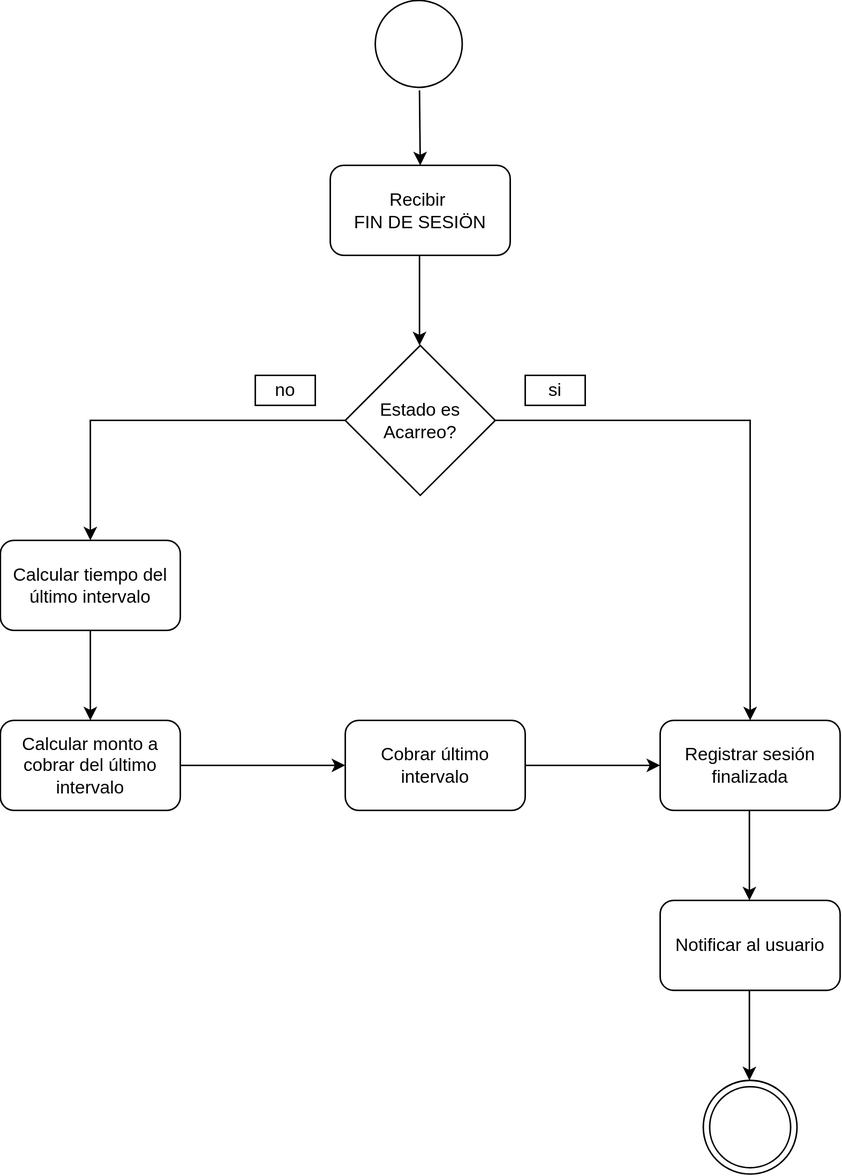
This is docs/diagramas/exports/DG-009 – Flujo de Finalización de Sesión.drawio.svg from moriego71/sistema-estacionamiento-medido, a draw.io export, as it was before one commit. Source tidied: cells renumbered, new cells last; positions are measured from the earlier drawing's top-left corner, leaving out a move shared by most shapes. The source it was exported from:
```xml
<mxGraphModel>
  <root>
    <mxCell id="0" />
    <mxCell id="1" parent="0" />
    <mxCell id="2" style="ellipse;whiteSpace=wrap;html=1;" parent="1" vertex="1">
      <mxGeometry x="250" width="58" height="58" as="geometry" />
    </mxCell>
    <mxCell id="3" value="Recibir&amp;nbsp;&lt;div&gt;FIN DE SESIÖN&lt;/div&gt;" style="rounded=1;whiteSpace=wrap;html=1;" parent="1" vertex="1">
      <mxGeometry x="220" y="110" width="120" height="60" as="geometry" />
    </mxCell>
    <mxCell id="4" value="&lt;div&gt;&lt;br&gt;&lt;/div&gt;Calcular tiempo del&lt;div&gt;último intervalo&lt;div&gt;&lt;br&gt;&lt;/div&gt;&lt;/div&gt;" style="rounded=1;whiteSpace=wrap;html=1;" parent="1" vertex="1">
      <mxGeometry y="360" width="120" height="60" as="geometry" />
    </mxCell>
    <mxCell id="5" value="Calcular monto a cobrar del último intervalo" style="rounded=1;whiteSpace=wrap;html=1;" parent="1" vertex="1">
      <mxGeometry y="480" width="120" height="60" as="geometry" />
    </mxCell>
    <mxCell id="6" value="Cobrar último intervalo" style="rounded=1;whiteSpace=wrap;html=1;" parent="1" vertex="1">
      <mxGeometry x="230" y="480" width="120" height="60" as="geometry" />
    </mxCell>
    <mxCell id="7" value="Estado es Acarreo?" style="rhombus;whiteSpace=wrap;html=1;" parent="1" vertex="1">
      <mxGeometry x="230" y="230" width="100" height="100" as="geometry" />
    </mxCell>
    <mxCell id="8" style="endArrow=classic;html=1;rounded=0;exitX=0;exitY=0.5;exitDx=0;exitDy=0;entryX=0.5;entryY=0;entryDx=0;entryDy=0;edgeStyle=orthogonalEdgeStyle;" parent="1" edge="1" source="7" target="4">
      <mxGeometry relative="1" as="geometry" />
    </mxCell>
    <mxCell id="9" value="no" style="shape=note;whiteSpace=wrap;html=1;backgroundOutline=1;darkOpacity=0.05;size=0;" parent="1" vertex="1">
      <mxGeometry x="170" y="250" width="40" height="20" as="geometry" />
    </mxCell>
    <mxCell id="10" style="endArrow=classic;html=1;rounded=0;exitX=0.5;exitY=1;exitDx=0;exitDy=0;entryX=0.5;entryY=0;entryDx=0;entryDy=0;" parent="1" edge="1" source="4" target="5">
      <mxGeometry relative="1" as="geometry" />
    </mxCell>
    <mxCell id="11" style="endArrow=classic;html=1;rounded=0;exitX=1;exitY=0.5;exitDx=0;exitDy=0;entryX=0;entryY=0.5;entryDx=0;entryDy=0;" parent="1" edge="1" source="5" target="6">
      <mxGeometry relative="1" as="geometry" />
    </mxCell>
    <mxCell id="12" style="endArrow=classic;html=1;rounded=0;exitX=0.5;exitY=1;exitDx=0;exitDy=0;entryX=0.5;entryY=0;entryDx=0;entryDy=0;" parent="1" edge="1">
      <mxGeometry relative="1" as="geometry">
        <mxPoint x="279.5" y="170" as="sourcePoint" />
        <mxPoint x="279.5" y="230" as="targetPoint" />
      </mxGeometry>
    </mxCell>
    <mxCell id="13" style="endArrow=classic;html=1;rounded=0;exitX=0.5;exitY=1;exitDx=0;exitDy=0;" parent="1" edge="1">
      <mxGeometry relative="1" as="geometry">
        <mxPoint x="279.5" y="60" as="sourcePoint" />
        <mxPoint x="280" y="110" as="targetPoint" />
      </mxGeometry>
    </mxCell>
    <mxCell id="14" value="Registrar sesión finalizada" style="rounded=1;whiteSpace=wrap;html=1;" parent="1" vertex="1">
      <mxGeometry x="440" y="480" width="120" height="60" as="geometry" />
    </mxCell>
    <mxCell id="15" style="endArrow=classic;html=1;rounded=0;exitX=1;exitY=0.5;exitDx=0;exitDy=0;entryX=0;entryY=0.5;entryDx=0;entryDy=0;" parent="1" edge="1" source="6" target="14">
      <mxGeometry relative="1" as="geometry" />
    </mxCell>
    <mxCell id="16" value="Notificar al usuario" style="rounded=1;whiteSpace=wrap;html=1;" parent="1" vertex="1">
      <mxGeometry x="440" y="600" width="120" height="60" as="geometry" />
    </mxCell>
    <mxCell id="17" style="endArrow=classic;html=1;rounded=0;exitX=0.5;exitY=1;exitDx=0;exitDy=0;entryX=0.5;entryY=0;entryDx=0;entryDy=0;" parent="1" edge="1">
      <mxGeometry relative="1" as="geometry">
        <mxPoint x="499.5" y="540" as="sourcePoint" />
        <mxPoint x="499.5" y="600" as="targetPoint" />
      </mxGeometry>
    </mxCell>
    <mxCell id="18" style="endArrow=classic;html=1;rounded=0;exitX=0;exitY=0.5;exitDx=0;exitDy=0;edgeStyle=orthogonalEdgeStyle;" parent="1" edge="1" target="14">
      <mxGeometry relative="1" as="geometry">
        <mxPoint x="330" y="280" as="sourcePoint" />
        <Array as="points">
          <mxPoint x="500" y="280" />
        </Array>
      </mxGeometry>
    </mxCell>
    <mxCell id="19" style="ellipse;whiteSpace=wrap;html=1;" parent="1" vertex="1">
      <mxGeometry x="468.8" y="720" width="62.5" height="62.5" as="geometry" />
    </mxCell>
    <mxCell id="20" style="ellipse;whiteSpace=wrap;html=1;" parent="1" vertex="1">
      <mxGeometry x="473" y="724.2" width="54" height="54" as="geometry" />
    </mxCell>
    <mxCell id="21" style="endArrow=classic;html=1;rounded=0;exitX=0.5;exitY=1;exitDx=0;exitDy=0;entryX=0.5;entryY=0;entryDx=0;entryDy=0;" parent="1" edge="1">
      <mxGeometry relative="1" as="geometry">
        <mxPoint x="499.5" y="660" as="sourcePoint" />
        <mxPoint x="499.5" y="720" as="targetPoint" />
      </mxGeometry>
    </mxCell>
    <mxCell id="22" value="si" style="shape=note;whiteSpace=wrap;html=1;backgroundOutline=1;darkOpacity=0.05;size=0;" parent="1" vertex="1">
      <mxGeometry x="350" y="250" width="40" height="20" as="geometry" />
    </mxCell>
  </root>
</mxGraphModel>
```
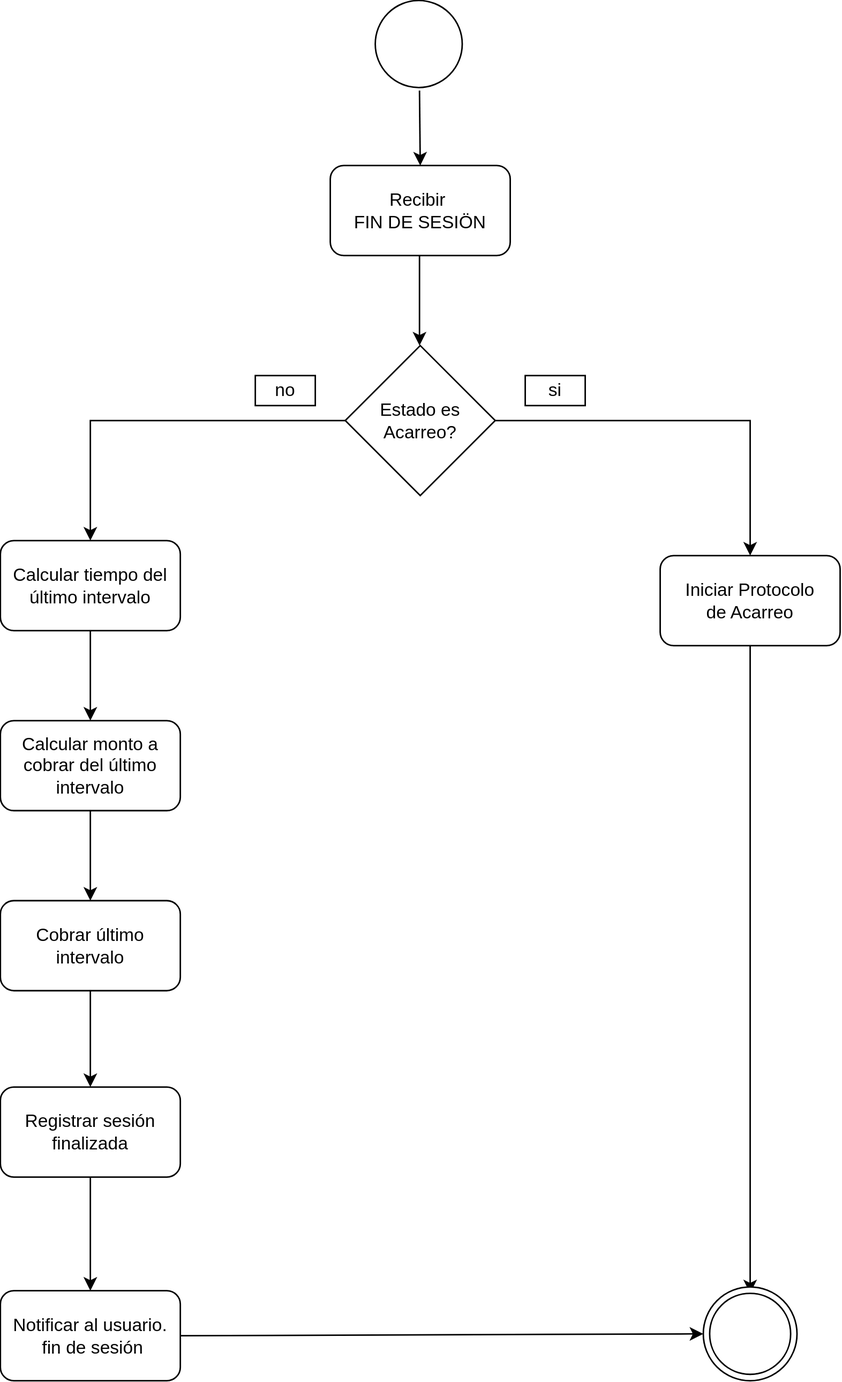
The same file after the commit.

The edit, as a diff of the source:
```diff
@@ -15,7 +15,7 @@
       <mxGeometry y="480" width="120" height="60" as="geometry" />
     </mxCell>
     <mxCell id="6" value="Cobrar último intervalo" style="rounded=1;whiteSpace=wrap;html=1;" parent="1" vertex="1">
-      <mxGeometry x="230" y="480" width="120" height="60" as="geometry" />
+      <mxGeometry y="600" width="120" height="60" as="geometry" />
     </mxCell>
     <mxCell id="7" value="Estado es Acarreo?" style="rhombus;whiteSpace=wrap;html=1;" parent="1" vertex="1">
       <mxGeometry x="230" y="230" width="100" height="100" as="geometry" />
@@ -29,7 +29,7 @@
     <mxCell id="10" style="endArrow=classic;html=1;rounded=0;exitX=0.5;exitY=1;exitDx=0;exitDy=0;entryX=0.5;entryY=0;entryDx=0;entryDy=0;" parent="1" edge="1" source="4" target="5">
       <mxGeometry relative="1" as="geometry" />
     </mxCell>
-    <mxCell id="11" style="endArrow=classic;html=1;rounded=0;exitX=1;exitY=0.5;exitDx=0;exitDy=0;entryX=0;entryY=0.5;entryDx=0;entryDy=0;" parent="1" edge="1" source="5" target="6">
+    <mxCell id="11" style="endArrow=classic;html=1;rounded=0;exitX=0.5;exitY=1;exitDx=0;exitDy=0;entryX=0.5;entryY=0;entryDx=0;entryDy=0;" parent="1" edge="1" source="5" target="6">
       <mxGeometry relative="1" as="geometry" />
     </mxCell>
     <mxCell id="12" style="endArrow=classic;html=1;rounded=0;exitX=0.5;exitY=1;exitDx=0;exitDy=0;entryX=0.5;entryY=0;entryDx=0;entryDy=0;" parent="1" edge="1">
@@ -45,21 +45,18 @@
       </mxGeometry>
     </mxCell>
     <mxCell id="14" value="Registrar sesión finalizada" style="rounded=1;whiteSpace=wrap;html=1;" parent="1" vertex="1">
-      <mxGeometry x="440" y="480" width="120" height="60" as="geometry" />
+      <mxGeometry y="724.2" width="120" height="60" as="geometry" />
     </mxCell>
-    <mxCell id="15" style="endArrow=classic;html=1;rounded=0;exitX=1;exitY=0.5;exitDx=0;exitDy=0;entryX=0;entryY=0.5;entryDx=0;entryDy=0;" parent="1" edge="1" source="6" target="14">
+    <mxCell id="15" style="endArrow=classic;html=1;rounded=0;exitX=0.5;exitY=1;exitDx=0;exitDy=0;entryX=0.5;entryY=0;entryDx=0;entryDy=0;" parent="1" edge="1" source="6" target="14">
       <mxGeometry relative="1" as="geometry" />
     </mxCell>
-    <mxCell id="16" value="Notificar al usuario" style="rounded=1;whiteSpace=wrap;html=1;" parent="1" vertex="1">
-      <mxGeometry x="440" y="600" width="120" height="60" as="geometry" />
+    <mxCell id="16" value="Notificar al usuario.&lt;div&gt;&amp;nbsp;fin de sesión&lt;/div&gt;" style="rounded=1;whiteSpace=wrap;html=1;" parent="1" vertex="1">
+      <mxGeometry y="860" width="120" height="60" as="geometry" />
     </mxCell>
-    <mxCell id="17" style="endArrow=classic;html=1;rounded=0;exitX=0.5;exitY=1;exitDx=0;exitDy=0;entryX=0.5;entryY=0;entryDx=0;entryDy=0;" parent="1" edge="1">
-      <mxGeometry relative="1" as="geometry">
-        <mxPoint x="499.5" y="540" as="sourcePoint" />
-        <mxPoint x="499.5" y="600" as="targetPoint" />
-      </mxGeometry>
+    <mxCell id="17" style="endArrow=classic;html=1;rounded=0;exitX=0.5;exitY=1;exitDx=0;exitDy=0;entryX=0.5;entryY=0;entryDx=0;entryDy=0;" parent="1" edge="1" source="23" target="20">
+      <mxGeometry relative="1" as="geometry" />
     </mxCell>
-    <mxCell id="18" style="endArrow=classic;html=1;rounded=0;exitX=0;exitY=0.5;exitDx=0;exitDy=0;edgeStyle=orthogonalEdgeStyle;" parent="1" edge="1" target="14">
+    <mxCell id="18" style="endArrow=classic;html=1;rounded=0;exitX=0;exitY=0.5;exitDx=0;exitDy=0;edgeStyle=orthogonalEdgeStyle;entryX=0.5;entryY=0;entryDx=0;entryDy=0;" parent="1" edge="1" target="23">
       <mxGeometry relative="1" as="geometry">
         <mxPoint x="330" y="280" as="sourcePoint" />
         <Array as="points">
@@ -68,19 +65,22 @@
       </mxGeometry>
     </mxCell>
     <mxCell id="19" style="ellipse;whiteSpace=wrap;html=1;" parent="1" vertex="1">
-      <mxGeometry x="468.8" y="720" width="62.5" height="62.5" as="geometry" />
+      <mxGeometry x="468.8" y="857.5" width="62.5" height="62.5" as="geometry" />
     </mxCell>
     <mxCell id="20" style="ellipse;whiteSpace=wrap;html=1;" parent="1" vertex="1">
-      <mxGeometry x="473" y="724.2" width="54" height="54" as="geometry" />
+      <mxGeometry x="473" y="861.8" width="54" height="54" as="geometry" />
     </mxCell>
-    <mxCell id="21" style="endArrow=classic;html=1;rounded=0;exitX=0.5;exitY=1;exitDx=0;exitDy=0;entryX=0.5;entryY=0;entryDx=0;entryDy=0;" parent="1" edge="1">
-      <mxGeometry relative="1" as="geometry">
-        <mxPoint x="499.5" y="660" as="sourcePoint" />
-        <mxPoint x="499.5" y="720" as="targetPoint" />
-      </mxGeometry>
+    <mxCell id="21" style="endArrow=classic;html=1;rounded=0;exitX=1;exitY=0.5;exitDx=0;exitDy=0;entryX=0;entryY=0.5;entryDx=0;entryDy=0;" parent="1" edge="1" source="16" target="19">
+      <mxGeometry relative="1" as="geometry" />
     </mxCell>
     <mxCell id="22" value="si" style="shape=note;whiteSpace=wrap;html=1;backgroundOutline=1;darkOpacity=0.05;size=0;" parent="1" vertex="1">
       <mxGeometry x="350" y="250" width="40" height="20" as="geometry" />
     </mxCell>
+    <mxCell id="23" value="Iniciar Protocolo&lt;div&gt;de Acarreo&lt;/div&gt;" style="rounded=1;whiteSpace=wrap;html=1;" parent="1" vertex="1">
+      <mxGeometry x="440" y="370" width="120" height="60" as="geometry" />
+    </mxCell>
+    <mxCell id="24" style="endArrow=classic;html=1;rounded=0;exitX=0.5;exitY=1;exitDx=0;exitDy=0;entryX=0.5;entryY=0;entryDx=0;entryDy=0;" parent="1" edge="1" source="14" target="16">
+      <mxGeometry relative="1" as="geometry" />
+    </mxCell>
   </root>
 </mxGraphModel>
```
